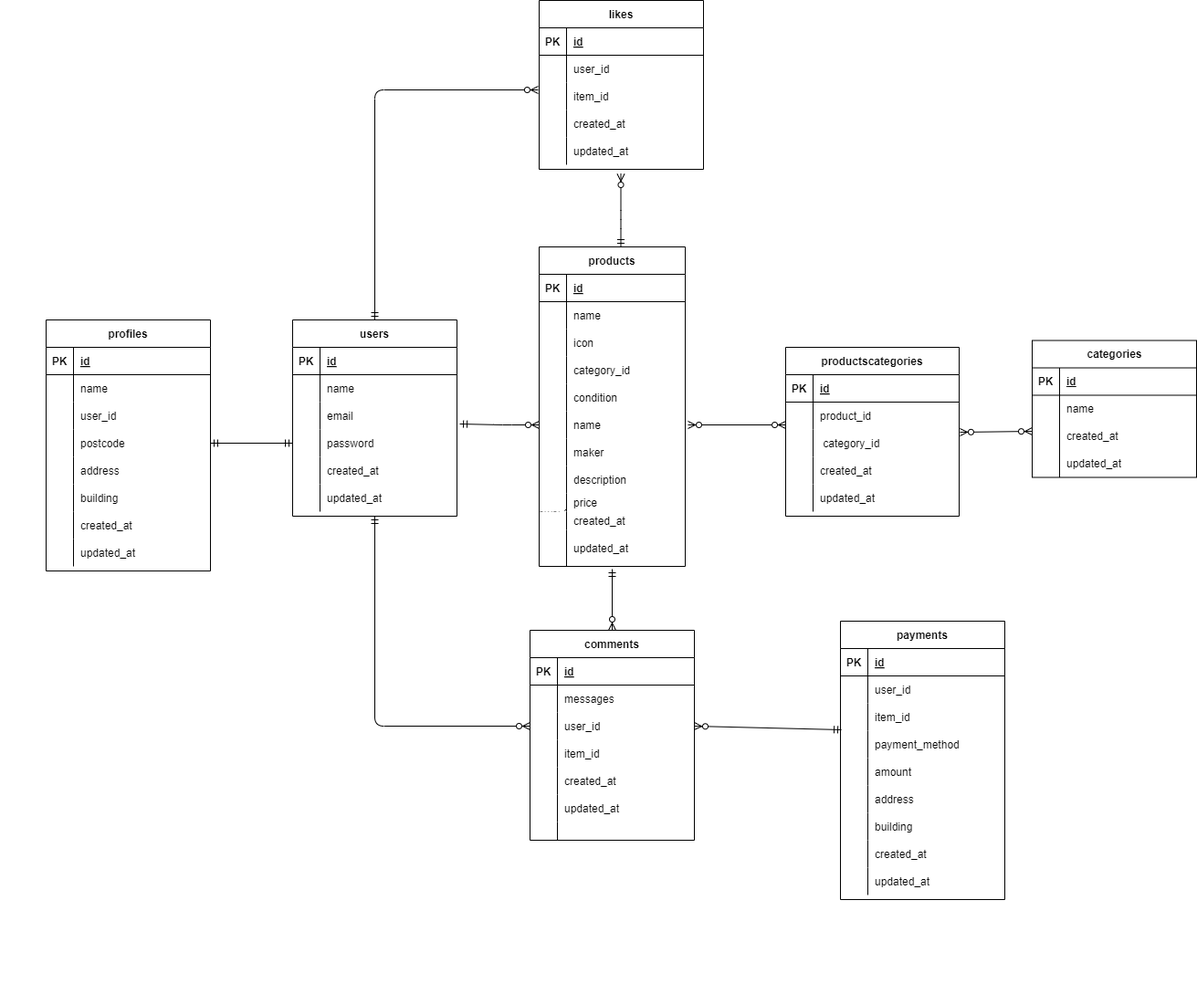
momoca-13/furima keeps this draw.io diagram as .png. Above is the earlier version. Source tidied: cells renumbered, new cells last; positions are measured from the earlier drawing's top-left corner, leaving out a move shared by most shapes.
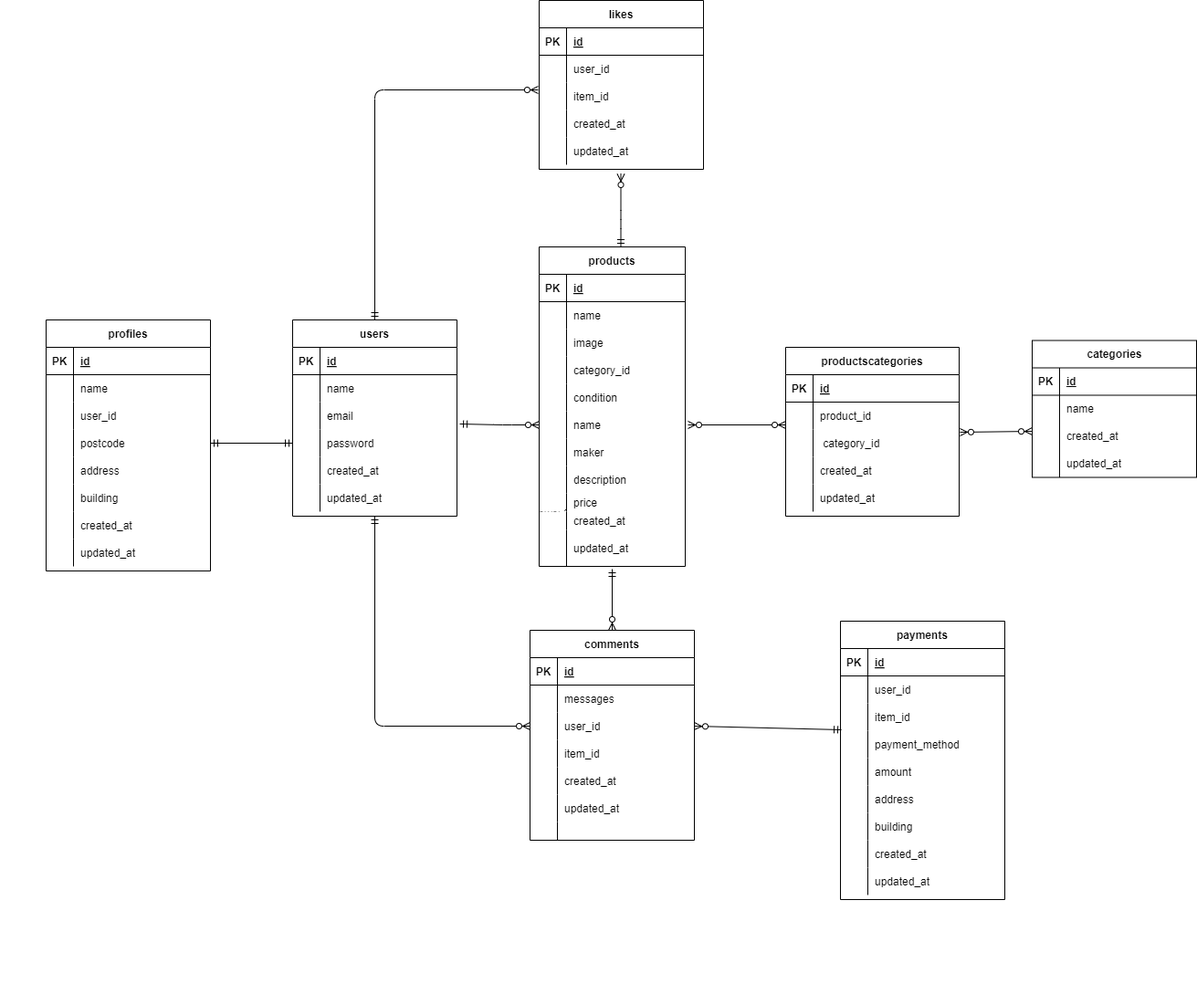
After the change.

The edit, as a diff of the source:
```diff
@@ -152,7 +152,7 @@
     <mxCell id="51" style="shape=partialRectangle;fillColor=none;top=0;left=0;bottom=0;right=0;overflow=hidden;strokeColor=#000000;fontColor=#000000;" parent="50" vertex="1">
       <mxGeometry width="30" height="30" as="geometry" />
     </mxCell>
-    <mxCell id="52" value="icon" style="shape=partialRectangle;fillColor=none;top=0;left=0;bottom=0;right=0;align=left;spacingLeft=6;overflow=hidden;strokeColor=#000000;fontColor=#000000;" parent="50" vertex="1">
+    <mxCell id="52" value="image" style="shape=partialRectangle;fillColor=none;top=0;left=0;bottom=0;right=0;align=left;spacingLeft=6;overflow=hidden;strokeColor=#000000;fontColor=#000000;" parent="50" vertex="1">
       <mxGeometry x="30" width="130" height="30" as="geometry" />
     </mxCell>
     <mxCell id="53" style="shape=tableRow;horizontal=0;startSize=0;swimlaneHead=0;swimlaneBody=0;fillColor=none;top=0;left=0;right=0;bottom=0;strokeColor=#000000;fontColor=#000000;" parent="43" vertex="1">
```
